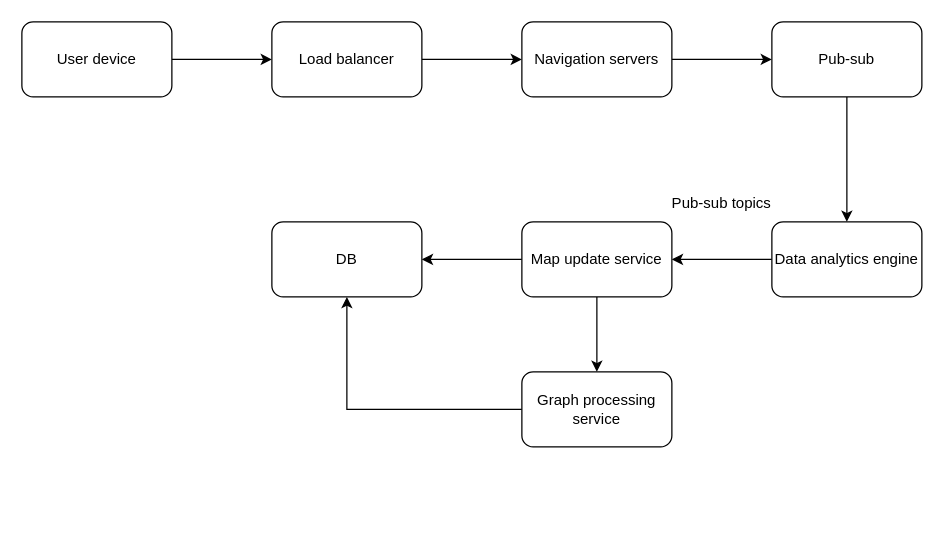
Earlier version of the draw.io diagram img/system-design/google-map3.drawio (riehseun/riehseun.github.io). Source tidied: cells renumbered, new cells numbered last; positions are measured from the earlier drawing's top-left corner, leaving out a move shared by most shapes. Both pictures are drawn from the tidied source at 125%, with x=0, y=0 at pixel (21, 21).
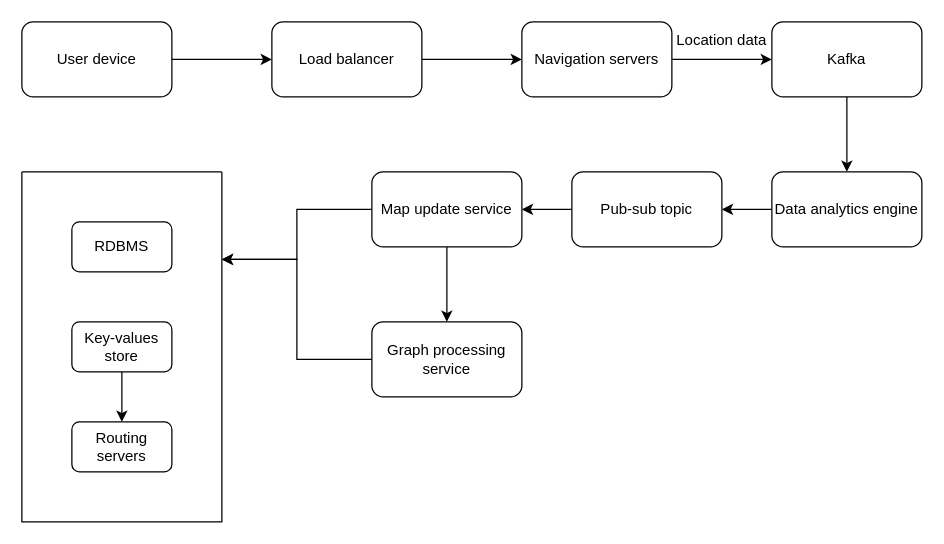
The same diagram, later.

Diff of the diagram source:
```diff
@@
-    <mxCell id="9" value="Pub-sub" style="rounded=1;whiteSpace=wrap;html=1;" parent="1" vertex="1">
+    <mxCell id="9" value="Kafka" style="rounded=1;whiteSpace=wrap;html=1;" parent="1" vertex="1">
       <mxGeometry x="600" width="120" height="60" as="geometry" />
     </mxCell>
-    <mxCell id="10" style="edgeStyle=orthogonalEdgeStyle;rounded=0;jettySize=auto;html=1;exitX=0;exitY=0.5;exitDx=0;exitDy=0;" parent="1" edge="1" source="11" target="14">
-      <mxGeometry relative="1" as="geometry" />
-    </mxCell>
+    <mxCell id="19" style="edgeStyle=orthogonalEdgeStyle;rounded=0;jettySize=auto;html=1;exitX=0;exitY=0.5;exitDx=0;exitDy=0;entryX=1;entryY=0.5;entryDx=0;entryDy=0;" parent="1" edge="1" source="11" target="28">
+      <mxGeometry relative="1" as="geometry" />
+    </mxCell>
     <mxCell id="11" value="Data analytics engine" style="rounded=1;whiteSpace=wrap;html=1;" parent="1" vertex="1">
-      <mxGeometry x="600" y="160" width="120" height="60" as="geometry" />
+      <mxGeometry x="600" y="120" width="120" height="60" as="geometry" />
     </mxCell>
@@
-    <mxCell id="13" style="edgeStyle=orthogonalEdgeStyle;rounded=0;jettySize=auto;html=1;exitX=0;exitY=0.5;exitDx=0;exitDy=0;entryX=1;entryY=0.5;entryDx=0;entryDy=0;" parent="1" edge="1" source="14" target="18">
-      <mxGeometry relative="1" as="geometry" />
-    </mxCell>
+    <mxCell id="20" style="edgeStyle=orthogonalEdgeStyle;rounded=0;jettySize=auto;html=1;exitX=0;exitY=0.5;exitDx=0;exitDy=0;entryX=1;entryY=0.25;entryDx=0;entryDy=0;" parent="1" edge="1" source="14" target="22">
+      <mxGeometry relative="1" as="geometry" />
+    </mxCell>
     <mxCell id="14" value="Map update service" style="rounded=1;whiteSpace=wrap;html=1;" parent="1" vertex="1">
-      <mxGeometry x="400" y="160" width="120" height="60" as="geometry" />
+      <mxGeometry x="280" y="120" width="120" height="60" as="geometry" />
     </mxCell>
-    <mxCell id="15" style="edgeStyle=orthogonalEdgeStyle;rounded=0;jettySize=auto;html=1;exitX=0;exitY=0.5;exitDx=0;exitDy=0;" parent="1" edge="1" source="16" target="18">
-      <mxGeometry relative="1" as="geometry" />
-    </mxCell>
+    <mxCell id="21" style="edgeStyle=orthogonalEdgeStyle;rounded=0;jettySize=auto;html=1;exitX=0;exitY=0.5;exitDx=0;exitDy=0;entryX=1;entryY=0.25;entryDx=0;entryDy=0;" parent="1" edge="1" source="16" target="22">
+      <mxGeometry relative="1" as="geometry" />
+    </mxCell>
     <mxCell id="16" value="Graph processing service" style="rounded=1;whiteSpace=wrap;html=1;" parent="1" vertex="1">
-      <mxGeometry x="400" y="280" width="120" height="60" as="geometry" />
+      <mxGeometry x="280" y="240" width="120" height="60" as="geometry" />
     </mxCell>
-    <mxCell id="17" value="Pub-sub topics" style="text;html=1;strokeColor=none;fillColor=none;align=center;verticalAlign=middle;whiteSpace=wrap;rounded=0;" parent="1" vertex="1">
-      <mxGeometry x="510" y="130" width="100" height="30" as="geometry" />
-    </mxCell>
-    <mxCell id="18" value="DB" style="rounded=1;whiteSpace=wrap;html=1;" parent="1" vertex="1">
-      <mxGeometry x="200" y="160" width="120" height="60" as="geometry" />
-    </mxCell>
+    <mxCell id="22" style="swimlane;startSize=0;" parent="1" vertex="1">
+      <mxGeometry y="120" width="160" height="280" as="geometry" />
+    </mxCell>
+    <mxCell id="23" value="RDBMS" style="rounded=1;whiteSpace=wrap;html=1;" parent="22" vertex="1">
+      <mxGeometry x="40" y="40" width="80" height="40" as="geometry" />
+    </mxCell>
+    <mxCell id="24" style="edgeStyle=orthogonalEdgeStyle;rounded=0;jettySize=auto;html=1;exitX=0.5;exitY=1;exitDx=0;exitDy=0;entryX=0.5;entryY=0;entryDx=0;entryDy=0;" parent="22" edge="1" source="25" target="26">
+      <mxGeometry relative="1" as="geometry" />
+    </mxCell>
+    <mxCell id="25" value="Key-values store" style="rounded=1;whiteSpace=wrap;html=1;" parent="22" vertex="1">
+      <mxGeometry x="40" y="120" width="80" height="40" as="geometry" />
+    </mxCell>
+    <mxCell id="26" value="Routing servers" style="rounded=1;whiteSpace=wrap;html=1;" parent="22" vertex="1">
+      <mxGeometry x="40" y="200" width="80" height="40" as="geometry" />
+    </mxCell>
+    <mxCell id="27" style="edgeStyle=orthogonalEdgeStyle;rounded=0;jettySize=auto;html=1;exitX=0;exitY=0.5;exitDx=0;exitDy=0;entryX=1;entryY=0.5;entryDx=0;entryDy=0;" parent="1" edge="1" source="28" target="14">
+      <mxGeometry relative="1" as="geometry" />
+    </mxCell>
+    <mxCell id="28" value="Pub-sub topic" style="rounded=1;whiteSpace=wrap;html=1;" parent="1" vertex="1">
+      <mxGeometry x="440" y="120" width="120" height="60" as="geometry" />
+    </mxCell>
+    <mxCell id="29" value="Location data" style="text;html=1;strokeColor=none;fillColor=none;align=center;verticalAlign=middle;whiteSpace=wrap;rounded=0;" parent="1" vertex="1">
+      <mxGeometry x="520" width="80" height="30" as="geometry" />
+    </mxCell>
```
